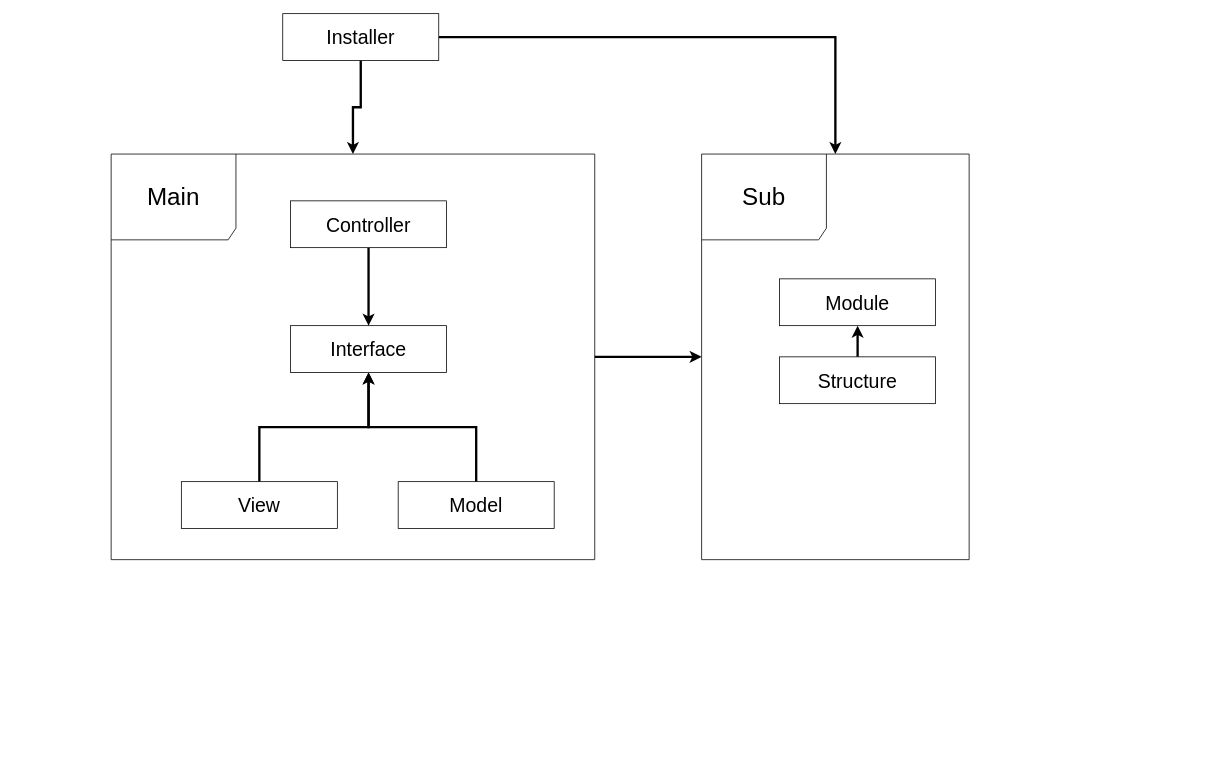
ShotaKasuya/CanKicking keeps this draw.io diagram as Docs/ProjectArchitecture.drawio. Above is the earlier version. Source tidied: cells renumbered, new cells numbered last; positions are measured from the earlier drawing's top-left corner, leaving out a move shared by most shapes. Both pictures are drawn from the tidied source at 78%, with x=0, y=0 at pixel (111, 13).
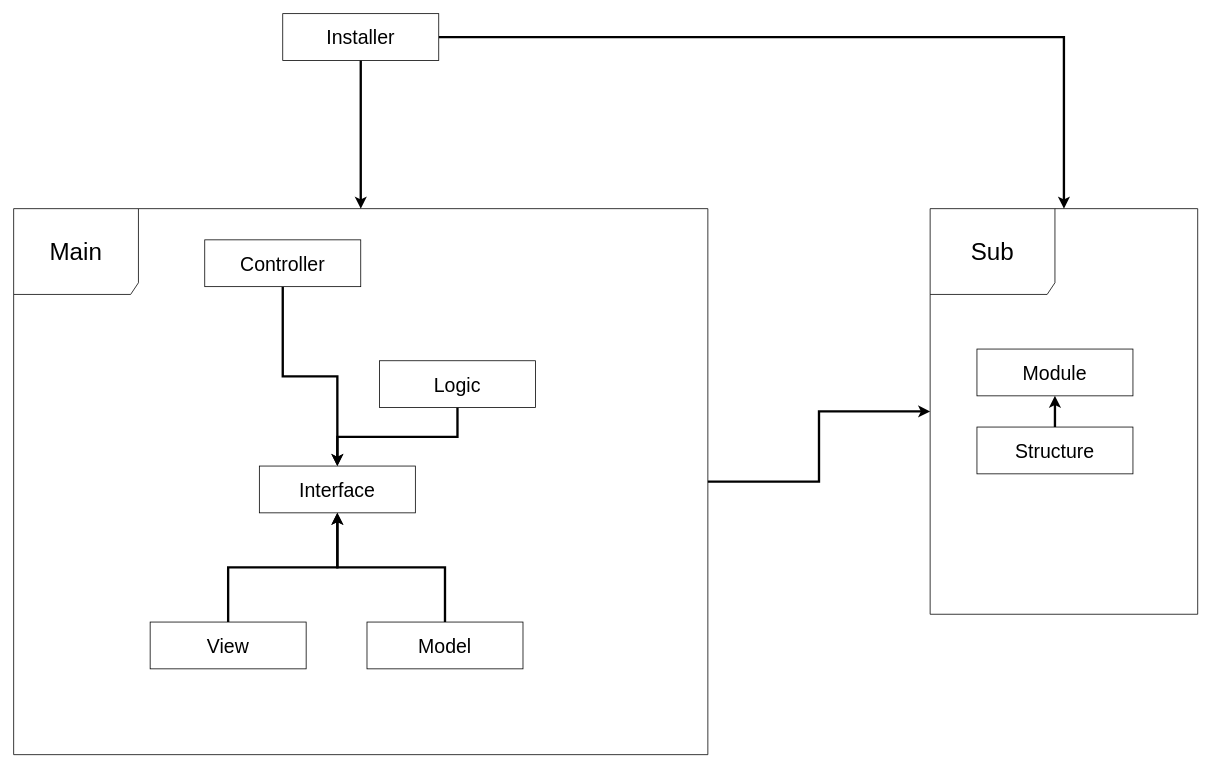
The same page after the edit.

Diff of the diagram source:
```diff
@@
 <mxGraphModel>
   <root>
     <mxCell id="0" />
     <mxCell id="1" parent="0" />
     <mxCell id="2" style="edgeStyle=orthogonalEdgeStyle;shape=connector;rounded=0;jettySize=auto;html=1;exitX=0.5;exitY=0;exitDx=0;exitDy=0;entryX=0.5;entryY=1;entryDx=0;entryDy=0;labelBackgroundColor=default;strokeColor=default;strokeWidth=3;fontFamily=Helvetica;fontSize=11;fontColor=default;endArrow=classic;" parent="1" edge="1" source="3" target="7">
       <mxGeometry relative="1" as="geometry" />
     </mxCell>
     <mxCell id="3" value="View" style="rounded=0;whiteSpace=wrap;html=1;fontSize=25;" parent="1" vertex="1">
-      <mxGeometry x="90" y="600" width="200" height="60" as="geometry" />
+      <mxGeometry x="50" y="780" width="200" height="60" as="geometry" />
     </mxCell>
     <mxCell id="4" style="edgeStyle=orthogonalEdgeStyle;shape=connector;rounded=0;jettySize=auto;html=1;exitX=0.5;exitY=0;exitDx=0;exitDy=0;entryX=0.5;entryY=1;entryDx=0;entryDy=0;labelBackgroundColor=default;strokeColor=default;strokeWidth=3;fontFamily=Helvetica;fontSize=11;fontColor=default;endArrow=classic;" parent="1" edge="1" source="5" target="6">
       <mxGeometry relative="1" as="geometry" />
     </mxCell>
     <mxCell id="5" value="Structure" style="rounded=0;whiteSpace=wrap;html=1;fontSize=25;" parent="1" vertex="1">
-      <mxGeometry x="857" y="440" width="200" height="60" as="geometry" />
+      <mxGeometry x="1110" y="530" width="200" height="60" as="geometry" />
     </mxCell>
     <mxCell id="6" value="Module" style="rounded=0;whiteSpace=wrap;html=1;fontSize=25;" parent="1" vertex="1">
-      <mxGeometry x="857" y="340" width="200" height="60" as="geometry" />
+      <mxGeometry x="1110" y="430" width="200" height="60" as="geometry" />
     </mxCell>
     <mxCell id="7" value="Interface" style="rounded=0;whiteSpace=wrap;html=1;fontSize=25;" parent="1" vertex="1">
-      <mxGeometry x="230" y="400" width="200" height="60" as="geometry" />
+      <mxGeometry x="190" y="580" width="200" height="60" as="geometry" />
     </mxCell>
     <mxCell id="8" style="edgeStyle=orthogonalEdgeStyle;rounded=0;jettySize=auto;html=1;entryX=0.5;entryY=1;entryDx=0;entryDy=0;strokeWidth=3;" parent="1" edge="1" source="9" target="7">
       <mxGeometry relative="1" as="geometry" />
     </mxCell>
     <mxCell id="9" value="Model" style="rounded=0;whiteSpace=wrap;html=1;fontSize=25;" parent="1" vertex="1">
-      <mxGeometry x="368" y="600" width="200" height="60" as="geometry" />
+      <mxGeometry x="328" y="780" width="200" height="60" as="geometry" />
     </mxCell>
-    <mxCell id="10" style="edgeStyle=orthogonalEdgeStyle;shape=connector;rounded=0;jettySize=auto;html=1;entryX=0.5;entryY=0;entryDx=0;entryDy=0;labelBackgroundColor=default;strokeColor=default;strokeWidth=3;fontFamily=Helvetica;fontSize=11;fontColor=default;endArrow=classic;" parent="1" edge="1" source="11" target="7">
+    <mxCell id="10" style="edgeStyle=orthogonalEdgeStyle;shape=connector;rounded=0;jettySize=auto;html=1;labelBackgroundColor=default;strokeColor=default;strokeWidth=3;align=center;verticalAlign=middle;fontFamily=Helvetica;fontSize=11;fontColor=default;endArrow=classic;" parent="1" edge="1" source="11" target="7">
       <mxGeometry relative="1" as="geometry" />
     </mxCell>
     <mxCell id="11" value="Controller" style="rounded=0;whiteSpace=wrap;html=1;fontSize=25;" parent="1" vertex="1">
-      <mxGeometry x="230" y="240" width="200" height="60" as="geometry" />
+      <mxGeometry x="120" y="290" width="200" height="60" as="geometry" />
     </mxCell>
     <mxCell id="12" style="edgeStyle=orthogonalEdgeStyle;shape=connector;rounded=0;jettySize=auto;html=1;labelBackgroundColor=default;strokeColor=default;strokeWidth=3;fontFamily=Helvetica;fontSize=31;fontColor=default;endArrow=classic;" parent="1" edge="1" source="14" target="16">
       <mxGeometry relative="1" as="geometry" />
     </mxCell>
     <mxCell id="13" style="edgeStyle=orthogonalEdgeStyle;shape=connector;rounded=0;jettySize=auto;html=1;labelBackgroundColor=default;strokeColor=default;strokeWidth=3;fontFamily=Helvetica;fontSize=31;fontColor=default;endArrow=classic;" parent="1" edge="1" source="14" target="17">
       <mxGeometry relative="1" as="geometry" />
     </mxCell>
     <mxCell id="14" value="Installer" style="rounded=0;whiteSpace=wrap;html=1;fontSize=25;" parent="1" vertex="1">
       <mxGeometry x="220" width="200" height="60" as="geometry" />
     </mxCell>
+    <mxCell id="17" value="Sub" style="shape=umlFrame;whiteSpace=wrap;html=1;fontFamily=Helvetica;fontSize=31;fontColor=default;width=160;height=110;" parent="1" vertex="1">
+      <mxGeometry x="1050" y="250" width="343" height="520" as="geometry" />
+    </mxCell>
-    <mxCell id="15" style="edgeStyle=orthogonalEdgeStyle;shape=connector;rounded=0;jettySize=auto;html=1;labelBackgroundColor=default;strokeColor=default;strokeWidth=3;fontFamily=Helvetica;fontSize=31;fontColor=default;endArrow=classic;" parent="1" edge="1" source="16" target="17">
+    <mxCell id="15" style="edgeStyle=orthogonalEdgeStyle;shape=connector;rounded=0;jettySize=auto;html=1;labelBackgroundColor=default;strokeColor=default;strokeWidth=3;align=center;verticalAlign=middle;fontFamily=Helvetica;fontSize=11;fontColor=default;endArrow=classic;" parent="1" edge="1" source="16" target="17">
       <mxGeometry relative="1" as="geometry" />
     </mxCell>
     <mxCell id="16" value="Main" style="shape=umlFrame;whiteSpace=wrap;html=1;fontFamily=Helvetica;fontSize=31;fontColor=default;width=160;height=110;" parent="1" vertex="1">
-      <mxGeometry y="180" width="620" height="520" as="geometry" />
+      <mxGeometry x="-125" y="250" width="890" height="700" as="geometry" />
     </mxCell>
-    <mxCell id="17" value="Sub" style="shape=umlFrame;whiteSpace=wrap;html=1;fontFamily=Helvetica;fontSize=31;fontColor=default;width=160;height=110;" parent="1" vertex="1">
-      <mxGeometry x="757" y="180" width="343" height="520" as="geometry" />
-    </mxCell>
+    <mxCell id="18" style="edgeStyle=orthogonalEdgeStyle;shape=connector;rounded=0;jettySize=auto;html=1;entryX=0.5;entryY=0;entryDx=0;entryDy=0;labelBackgroundColor=default;strokeColor=default;strokeWidth=3;align=center;verticalAlign=middle;fontFamily=Helvetica;fontSize=11;fontColor=default;endArrow=classic;" parent="1" edge="1" source="19" target="7">
+      <mxGeometry relative="1" as="geometry" />
+    </mxCell>
+    <mxCell id="19" value="Logic" style="rounded=0;whiteSpace=wrap;html=1;fontSize=25;" parent="1" vertex="1">
+      <mxGeometry x="344" y="445" width="200" height="60" as="geometry" />
+    </mxCell>
   </root>
 </mxGraphModel>
```
